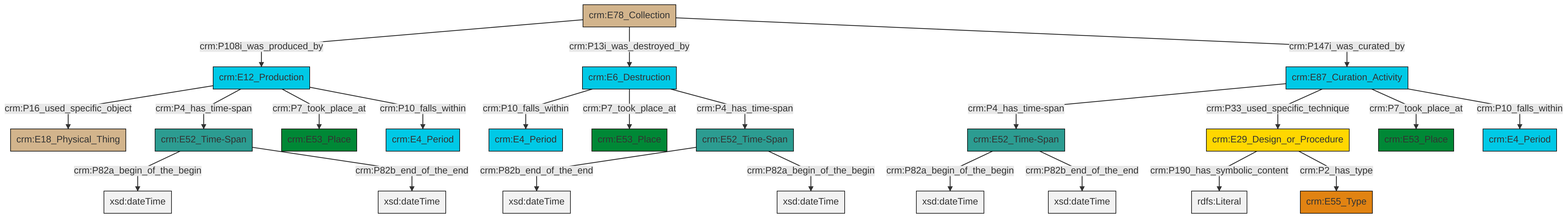
Above: et/archivalCSV/ttl/mmd/png/archival_existence.png in swiss-art-research-net/docs.swissartresearch (Mermaid), before the change. Its source is kept beside it as et/archivalCSV/ttl/mmd/archival_existence.ttl.mmd.
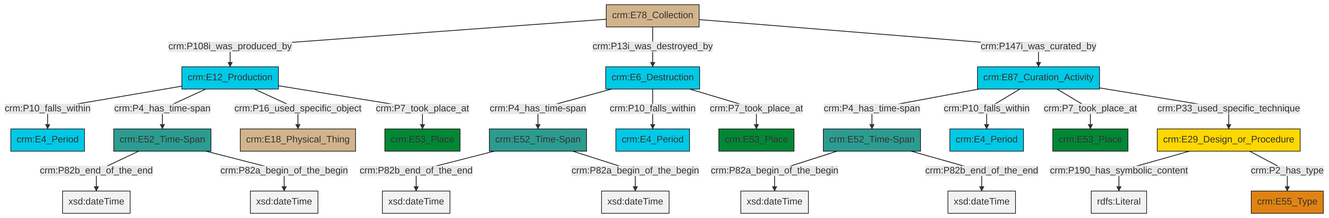
The same file after the commit.

Diff of the diagram source:
```diff
@@ -14,24 +14,24 @@
 classDef Multi fill:#cccccc,stroke:#000000;
 
 0["crm:E87_Curation_Activity"]:::Temporal_Entity -->|crm:P4_has_time-span| 1["crm:E52_Time-Span"]:::Time-Span
-2["crm:E78_Collection"]:::Physical_Thing -->|crm:P108i_was_produced_by| 3["crm:E12_Production"]:::Temporal_Entity
-3["crm:E12_Production"]:::Temporal_Entity -->|crm:P16_used_specific_object| 8["crm:E18_Physical_Thing"]:::Physical_Thing
-9["crm:E52_Time-Span"]:::Time-Span -->|crm:P82b_end_of_the_end| 10[xsd:dateTime]:::Literal
-4["crm:E29_Design_or_Procedure"]:::Conceptual_Object -->|crm:P190_has_symbolic_content| 14[rdfs:Literal]:::Literal
-9["crm:E52_Time-Span"]:::Time-Span -->|crm:P82a_begin_of_the_begin| 15[xsd:dateTime]:::Literal
-16["crm:E6_Destruction"]:::Temporal_Entity -->|crm:P10_falls_within| 17["crm:E4_Period"]:::Temporal_Entity
-3["crm:E12_Production"]:::Temporal_Entity -->|crm:P4_has_time-span| 18["crm:E52_Time-Span"]:::Time-Span
-18["crm:E52_Time-Span"]:::Time-Span -->|crm:P82a_begin_of_the_begin| 26[xsd:dateTime]:::Literal
-3["crm:E12_Production"]:::Temporal_Entity -->|crm:P7_took_place_at| 27["crm:E53_Place"]:::Place
-0["crm:E87_Curation_Activity"]:::Temporal_Entity -->|crm:P33_used_specific_technique| 4["crm:E29_Design_or_Procedure"]:::Conceptual_Object
-16["crm:E6_Destruction"]:::Temporal_Entity -->|crm:P7_took_place_at| 20["crm:E53_Place"]:::Place
-16["crm:E6_Destruction"]:::Temporal_Entity -->|crm:P4_has_time-span| 9["crm:E52_Time-Span"]:::Time-Span
-3["crm:E12_Production"]:::Temporal_Entity -->|crm:P10_falls_within| 22["crm:E4_Period"]:::Temporal_Entity
-1["crm:E52_Time-Span"]:::Time-Span -->|crm:P82a_begin_of_the_begin| 29[xsd:dateTime]:::Literal
-18["crm:E52_Time-Span"]:::Time-Span -->|crm:P82b_end_of_the_end| 31[xsd:dateTime]:::Literal
-2["crm:E78_Collection"]:::Physical_Thing -->|crm:P13i_was_destroyed_by| 16["crm:E6_Destruction"]:::Temporal_Entity
-0["crm:E87_Curation_Activity"]:::Temporal_Entity -->|crm:P7_took_place_at| 12["crm:E53_Place"]:::Place
-0["crm:E87_Curation_Activity"]:::Temporal_Entity -->|crm:P10_falls_within| 33["crm:E4_Period"]:::Temporal_Entity
-1["crm:E52_Time-Span"]:::Time-Span -->|crm:P82b_end_of_the_end| 36[xsd:dateTime]:::Literal
-4["crm:E29_Design_or_Procedure"]:::Conceptual_Object -->|crm:P2_has_type| 6["crm:E55_Type"]:::Type
-2["crm:E78_Collection"]:::Physical_Thing -->|crm:P147i_was_curated_by| 0["crm:E87_Curation_Activity"]:::Temporal_Entity
+8["crm:E12_Production"]:::Temporal_Entity -->|crm:P10_falls_within| 2["crm:E4_Period"]:::Temporal_Entity
+9["crm:E78_Collection"]:::Physical_Thing -->|crm:P108i_was_produced_by| 8["crm:E12_Production"]:::Temporal_Entity
+10["crm:E29_Design_or_Procedure"]:::Conceptual_Object -->|crm:P190_has_symbolic_content| 11[rdfs:Literal]:::Literal
+12["crm:E52_Time-Span"]:::Time-Span -->|crm:P82b_end_of_the_end| 13[xsd:dateTime]:::Literal
+14["crm:E52_Time-Span"]:::Time-Span -->|crm:P82b_end_of_the_end| 15[xsd:dateTime]:::Literal
+10["crm:E29_Design_or_Procedure"]:::Conceptual_Object -->|crm:P2_has_type| 19["crm:E55_Type"]:::Type
+9["crm:E78_Collection"]:::Physical_Thing -->|crm:P13i_was_destroyed_by| 23["crm:E6_Destruction"]:::Temporal_Entity
+23["crm:E6_Destruction"]:::Temporal_Entity -->|crm:P4_has_time-span| 14["crm:E52_Time-Span"]:::Time-Span
+23["crm:E6_Destruction"]:::Temporal_Entity -->|crm:P10_falls_within| 26["crm:E4_Period"]:::Temporal_Entity
+8["crm:E12_Production"]:::Temporal_Entity -->|crm:P4_has_time-span| 12["crm:E52_Time-Span"]:::Time-Span
+1["crm:E52_Time-Span"]:::Time-Span -->|crm:P82a_begin_of_the_begin| 28[xsd:dateTime]:::Literal
+9["crm:E78_Collection"]:::Physical_Thing -->|crm:P147i_was_curated_by| 0["crm:E87_Curation_Activity"]:::Temporal_Entity
+1["crm:E52_Time-Span"]:::Time-Span -->|crm:P82b_end_of_the_end| 32[xsd:dateTime]:::Literal
+12["crm:E52_Time-Span"]:::Time-Span -->|crm:P82a_begin_of_the_begin| 35[xsd:dateTime]:::Literal
+0["crm:E87_Curation_Activity"]:::Temporal_Entity -->|crm:P10_falls_within| 4["crm:E4_Period"]:::Temporal_Entity
+0["crm:E87_Curation_Activity"]:::Temporal_Entity -->|crm:P7_took_place_at| 16["crm:E53_Place"]:::Place
+14["crm:E52_Time-Span"]:::Time-Span -->|crm:P82a_begin_of_the_begin| 36[xsd:dateTime]:::Literal
+23["crm:E6_Destruction"]:::Temporal_Entity -->|crm:P7_took_place_at| 6["crm:E53_Place"]:::Place
+8["crm:E12_Production"]:::Temporal_Entity -->|crm:P16_used_specific_object| 29["crm:E18_Physical_Thing"]:::Physical_Thing
+8["crm:E12_Production"]:::Temporal_Entity -->|crm:P7_took_place_at| 24["crm:E53_Place"]:::Place
+0["crm:E87_Curation_Activity"]:::Temporal_Entity -->|crm:P33_used_specific_technique| 10["crm:E29_Design_or_Procedure"]:::Conceptual_Object
```
